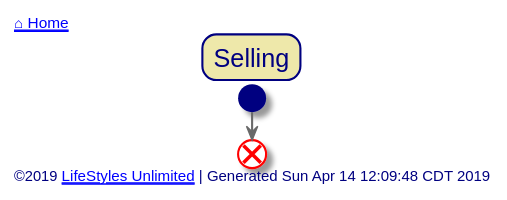
The PlantUML diagram out/src/single-family/selling.svg in toddmo/lifestylesunlimited, before a commit. The source it was exported from:
```plantuml
@startuml selling


skinparam {
  BorderColor Red
  PathHoverColor Blue
}

skinparam Title {
  FontColor Navy
  BackgroundColor PaleGoldenRod
  BorderColor Navy
  BorderRoundCorner 20
}

skinparam activity {
  BackgroundColor Ivory
  BorderColor CornflowerBlue
  FontColor DarkGray

  Arrow {
    Color dimgray
    FontColor dimgray
  }

  Start {
    Color Navy
  }

  End {
    Color Red
  }

  Diamond {
    BackgroundColor Ivory
    BorderColor CornflowerBlue
    FontColor DarkGray
  }

  BackgroundColor<< Exception >> Red
	BorderColor<< Exception >> White
}

skinparam Swimlane {
  BorderColor CornflowerBlue
}

skinparam Partition {
  BackgroundColor DarkSeaGreen
  BorderColor CornflowerBlue
  BorderThickness 1
  FontColor White
  FontSize 16
}
skinparam Note {
  BackgroundColor LightSteelBlue
  BorderColor CornflowerBlue
  FontColor White
}

skinparam Footer {
  FontColor Navy
}


left header
	<font color=Navy>[[../index.svg ⌂ Home]]</font>
endheader


	Title Selling

	start

	end

left footer
	©2019 [[http://www.lifestylesunlimited.com LifeStyles Unlimited]] | Generated Sun Apr 14 12:09:48 CDT 2019
endfooter


@enduml
```
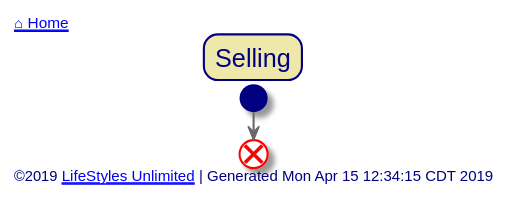
After the change.

Change to the diagram source:
```diff
@@ -75,7 +75,7 @@
 	end
 
 left footer
-	©2019 [[http://www.lifestylesunlimited.com LifeStyles Unlimited]] | Generated Sun Apr 14 12:09:48 CDT 2019
+	©2019 [[http://www.lifestylesunlimited.com LifeStyles Unlimited]] | Generated Mon Apr 15 12:34:15 CDT 2019
 endfooter
 
 
```
